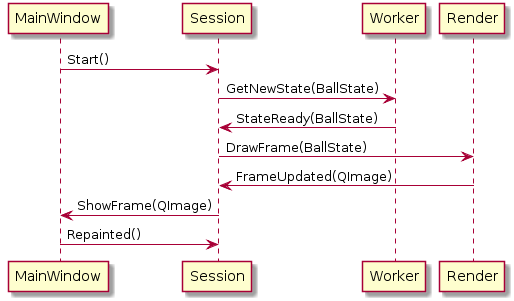
Above: Diagrams/sequence_uml.png in APipko/JumpingBallSQLite (PlantUML), before the change. The source it was exported from:
```plantuml
@startuml
MainWindow -> Session: Start()

Session -> Worker: GetNewState(BallState)
Worker -> Session: StateReady(BallState)
Session -> Render: DrawFrame(BallState)
Render -> Session: FrameUpdated(QImage)
Session -> MainWindow: ShowFrame(QImage)
MainWindow -> Session: Repainted()
@enduml
```
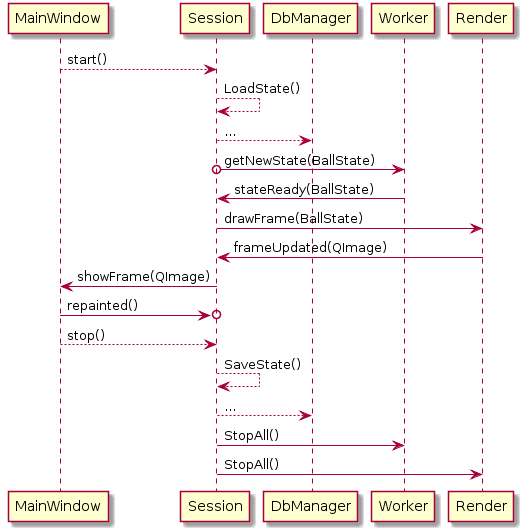
Later version of the same file.

Commit message:
sequence uml with DbManager

Diff of the diagram source:
```diff
@@ -1,10 +1,17 @@
 @startuml
-MainWindow -> Session: Start()
+MainWindow --> Session: start()
+Session --> Session: LoadState()
+Session --> DbManager: ...
+Session o-> Worker: getNewState(BallState)
+Worker -> Session: stateReady(BallState)
+Session -> Render: drawFrame(BallState)
+Render -> Session: frameUpdated(QImage)
+Session -> MainWindow: showFrame(QImage)
+MainWindow ->o Session: repainted()
 
-Session -> Worker: GetNewState(BallState)
-Worker -> Session: StateReady(BallState)
-Session -> Render: DrawFrame(BallState)
-Render -> Session: FrameUpdated(QImage)
-Session -> MainWindow: ShowFrame(QImage)
-MainWindow -> Session: Repainted()
+MainWindow --> Session: stop()
+Session --> Session: SaveState()
+Session --> DbManager: ...
+Session -> Worker: StopAll()
+Session -> Render: StopAll()
 @enduml
```
